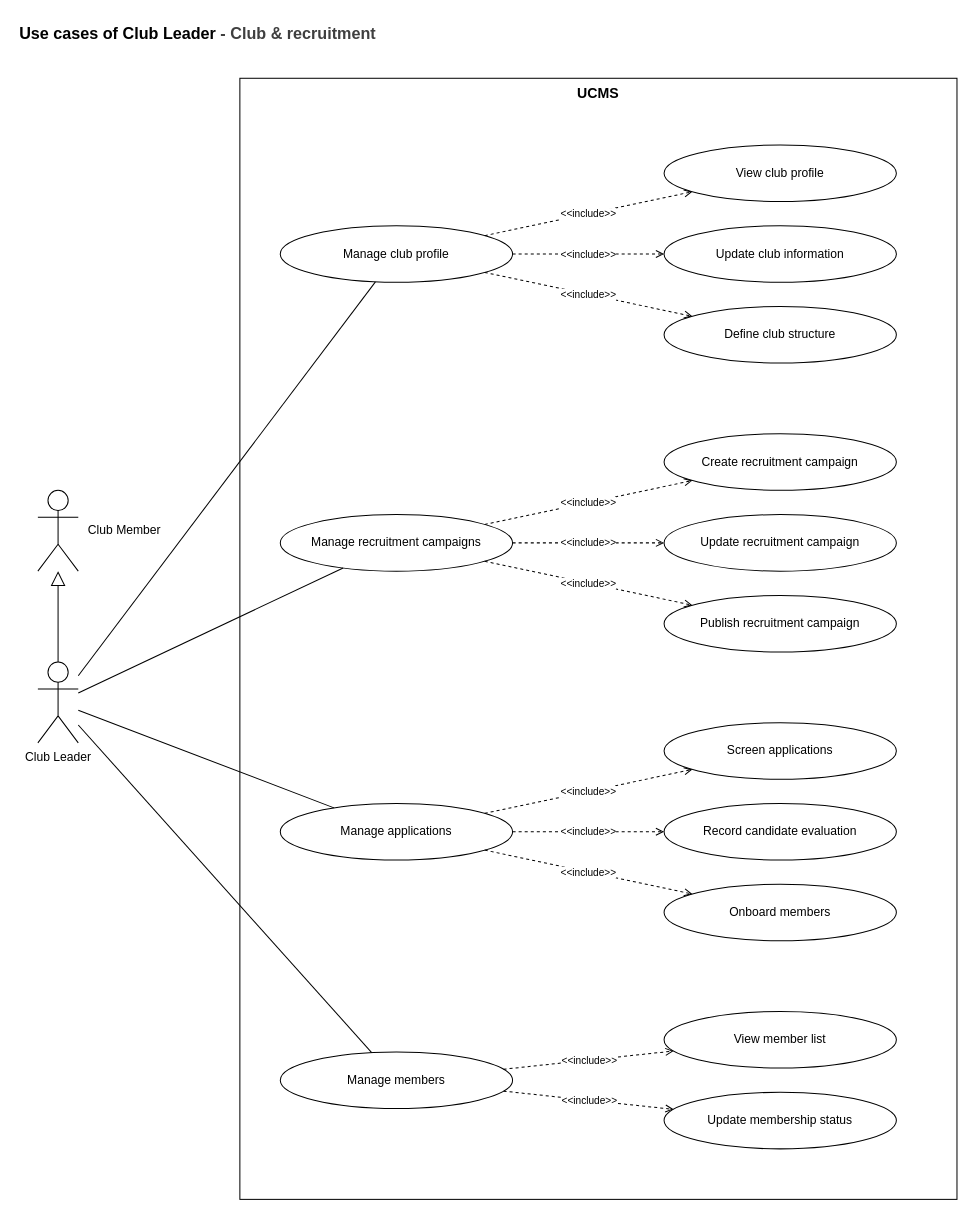
This is page "Club Leader - Club & recruitment" (5 of 9) of docs/03-diagrams/UCMS_UseCase_ByActor.drawio from nvdekay/ClubManagementSystem, a draw.io file, before an edit. Source tidied: cells renumbered, new cells numbered last; positions are measured from the earlier drawing's top-left corner, leaving out a move shared by most shapes. Both pictures are drawn from the tidied source at 101%, with x=0, y=0 at pixel (17, 17).
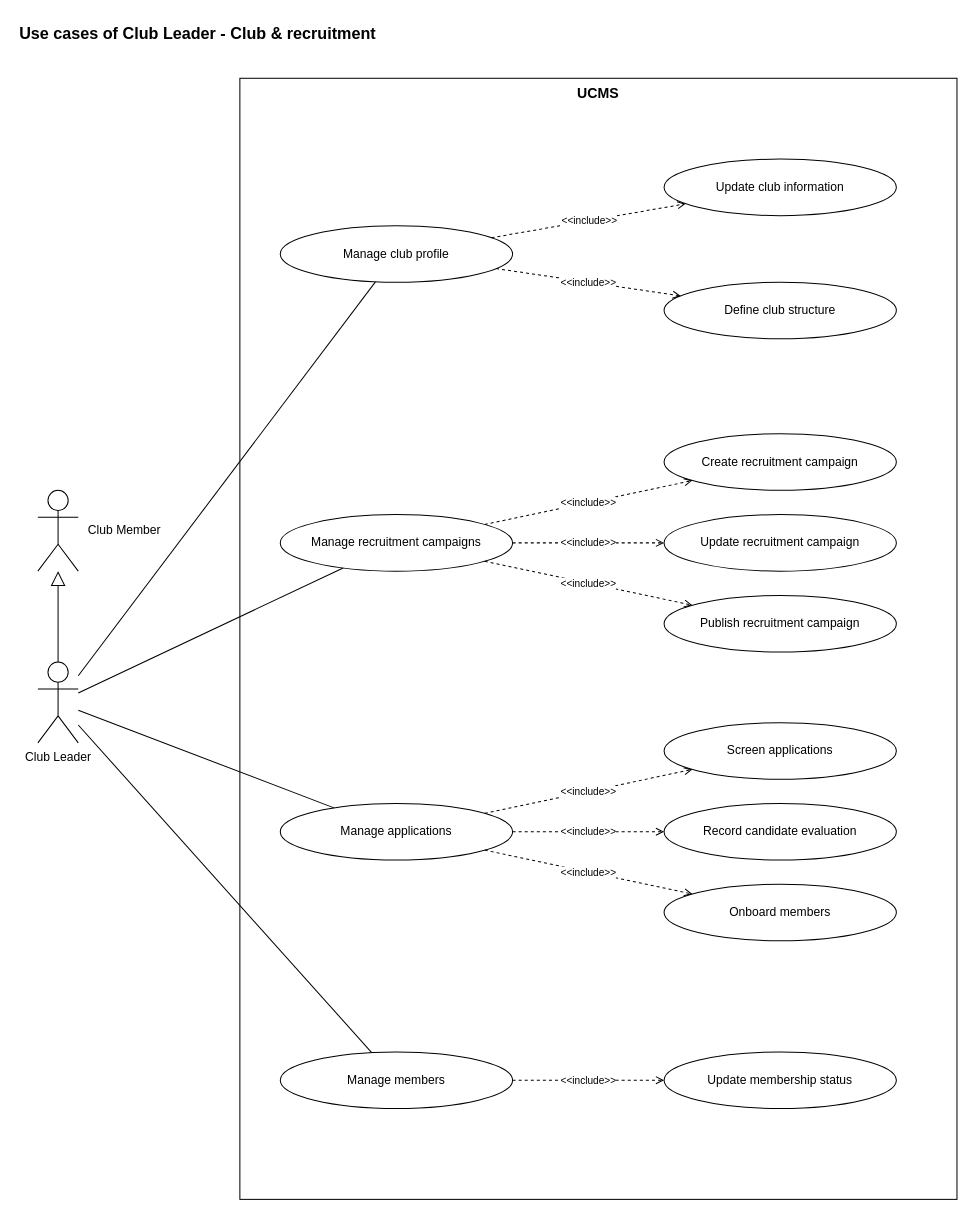
Above is the later version.

The change refers to these unchanged cells:
```xml
<mxCell id="7" value="Manage club profile" style="ellipse;whiteSpace=wrap;html=1;fillColor=#ffffff;strokeColor=#000000;fontSize=12;" parent="1" vertex="1">
  <mxGeometry x="260" y="206" width="230" height="56" as="geometry" />
</mxCell>
<mxCell id="31" value="Manage members" style="ellipse;whiteSpace=wrap;html=1;fillColor=#ffffff;strokeColor=#000000;fontSize=12;" parent="1" vertex="1">
  <mxGeometry x="260" y="1024" width="230" height="56" as="geometry" />
</mxCell>
```

The edit, as a diff of the source:
```diff
@@
-    <mxCell id="2" value="Use cases of Club Leader&amp;nbsp;&lt;span style=&quot;color: rgb(63, 63, 63); background-color: transparent;&quot;&gt;- Club &amp;amp; recruitment&lt;/span&gt;" style="text;html=1;fontStyle=1;fontSize=16;align=left;" parent="1" vertex="1">
+    <mxCell id="2" value="Use cases of Club Leader - Club &amp;amp; recruitment" style="text;html=1;fontStyle=1;fontSize=16;align=left;" parent="1" vertex="1">
       <mxGeometry width="900" height="30" as="geometry" />
     </mxCell>
@@
-    <mxCell id="9" value="View club profile" style="ellipse;whiteSpace=wrap;html=1;fillColor=#ffffff;strokeColor=#000000;fontSize=12;" parent="1" vertex="1">
-      <mxGeometry x="640" y="126" width="230" height="56" as="geometry" />
-    </mxCell>
-    <mxCell id="10" value="&amp;lt;&amp;lt;include&amp;gt;&amp;gt;" style="endArrow=open;dashed=1;html=1;strokeColor=#000000;fontSize=10;labelBackgroundColor=#ffffff;" parent="1" edge="1" source="7" target="9">
-      <mxGeometry relative="1" as="geometry" />
-    </mxCell>
     <mxCell id="11" value="Update club information" style="ellipse;whiteSpace=wrap;html=1;fillColor=#ffffff;strokeColor=#000000;fontSize=12;" parent="1" vertex="1">
-      <mxGeometry x="640" y="206" width="230" height="56" as="geometry" />
+      <mxGeometry x="640" y="140" width="230" height="56" as="geometry" />
     </mxCell>
@@
     <mxCell id="13" value="Define club structure" style="ellipse;whiteSpace=wrap;html=1;fillColor=#ffffff;strokeColor=#000000;fontSize=12;" parent="1" vertex="1">
-      <mxGeometry x="640" y="286" width="230" height="56" as="geometry" />
+      <mxGeometry x="640" y="262" width="230" height="56" as="geometry" />
     </mxCell>
@@
-    <mxCell id="33" value="View member list" style="ellipse;whiteSpace=wrap;html=1;fillColor=#ffffff;strokeColor=#000000;fontSize=12;" parent="1" vertex="1">
-      <mxGeometry x="640" y="984" width="230" height="56" as="geometry" />
-    </mxCell>
-    <mxCell id="34" value="&amp;lt;&amp;lt;include&amp;gt;&amp;gt;" style="endArrow=open;dashed=1;html=1;strokeColor=#000000;fontSize=10;labelBackgroundColor=#ffffff;" parent="1" edge="1" source="31" target="33">
-      <mxGeometry relative="1" as="geometry" />
-    </mxCell>
     <mxCell id="35" value="Update membership status" style="ellipse;whiteSpace=wrap;html=1;fillColor=#ffffff;strokeColor=#000000;fontSize=12;" parent="1" vertex="1">
-      <mxGeometry x="640" y="1064" width="230" height="56" as="geometry" />
+      <mxGeometry x="640" y="1024" width="230" height="56" as="geometry" />
     </mxCell>
```
